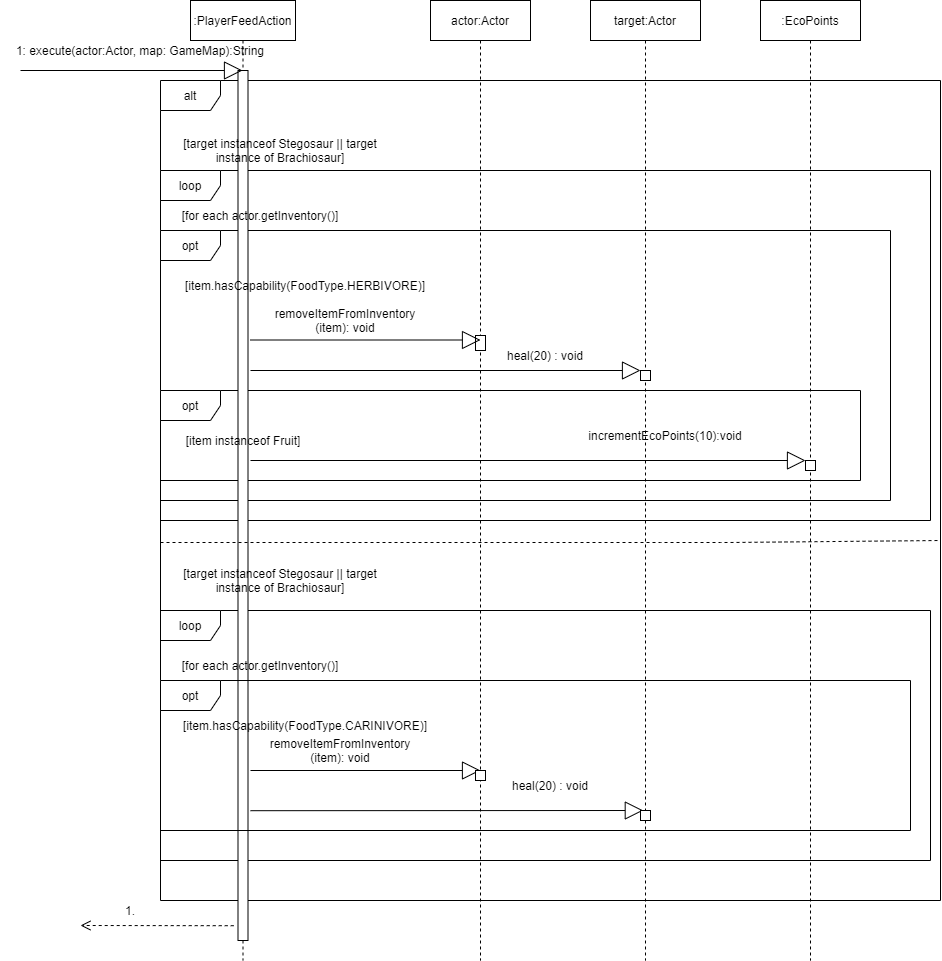
J-asy/OOP-Dinosaurs-game keeps this draw.io diagram as InteractionDiagram/PlayerFeedAction.png. Above is the earlier version. Source tidied: cells renumbered, new cells last; positions are measured from the earlier drawing's top-left corner, leaving out a move shared by most shapes.
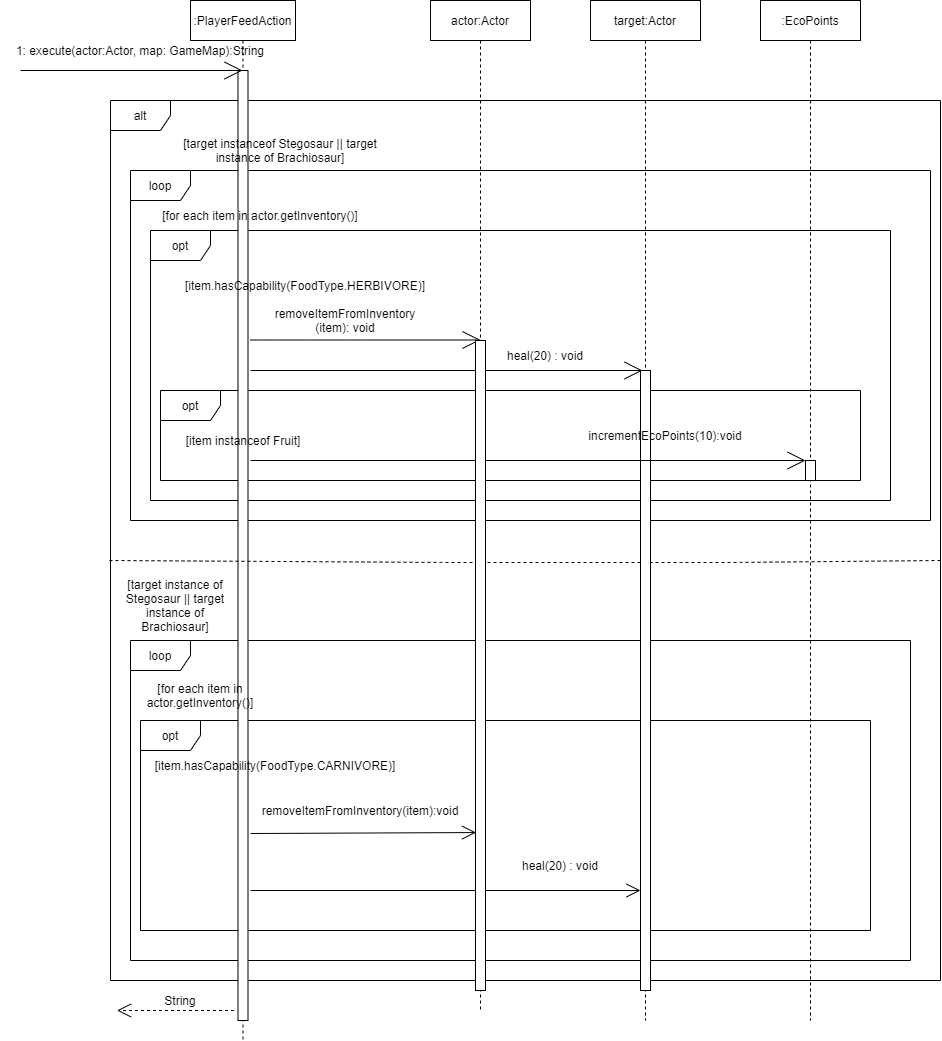
Above is the later version.

Commit message:
modified Tree and PlayerFeedAction sequence diagram

The edit, as a diff of the source:
```diff
@@ -2,34 +2,31 @@
   <root>
     <mxCell id="0" />
     <mxCell id="1" parent="0" />
+    <mxCell id="3" value="alt" style="shape=umlFrame;whiteSpace=wrap;html=1;" parent="1" vertex="1">
+      <mxGeometry x="110" y="100" width="830" height="880" as="geometry" />
+    </mxCell>
     <mxCell id="2" value="loop" style="shape=umlFrame;whiteSpace=wrap;html=1;" parent="1" vertex="1">
-      <mxGeometry x="160" y="610" width="770" height="250" as="geometry" />
+      <mxGeometry x="130" y="640" width="780" height="320" as="geometry" />
     </mxCell>
-    <mxCell id="3" value="alt" style="shape=umlFrame;whiteSpace=wrap;html=1;labelBackgroundColor=none;" parent="1" vertex="1">
-      <mxGeometry x="160" y="80" width="780" height="820" as="geometry" />
-    </mxCell>
+    <mxCell id="30" value="opt" style="shape=umlFrame;whiteSpace=wrap;html=1;" parent="1" vertex="1">
+      <mxGeometry x="140" y="720" width="730" height="210" as="geometry" />
+    </mxCell>
     <mxCell id="4" value="loop" style="shape=umlFrame;whiteSpace=wrap;html=1;" parent="1" vertex="1">
-      <mxGeometry x="160" y="170" width="770" height="350" as="geometry" />
+      <mxGeometry x="130" y="170" width="800" height="350" as="geometry" />
     </mxCell>
     <mxCell id="5" value="opt" style="shape=umlFrame;whiteSpace=wrap;html=1;" parent="1" vertex="1">
-      <mxGeometry x="160" y="230" width="730" height="270" as="geometry" />
+      <mxGeometry x="150" y="230" width="740" height="270" as="geometry" />
     </mxCell>
     <mxCell id="6" value="opt" style="shape=umlFrame;whiteSpace=wrap;html=1;" parent="1" vertex="1">
       <mxGeometry x="160" y="390" width="700" height="90" as="geometry" />
     </mxCell>
     <mxCell id="7" value=":PlayerFeedAction" style="shape=umlLifeline;perimeter=lifelinePerimeter;rounded=0;shadow=0;strokeWidth=1;" parent="1" vertex="1">
-      <mxGeometry x="190" width="105" height="960" as="geometry" />
+      <mxGeometry x="190" width="105" height="1040" as="geometry" />
     </mxCell>
     <mxCell id="8" style="points=[];perimeter=orthogonalPerimeter;rounded=0;shadow=0;strokeWidth=1;" parent="7" vertex="1">
-      <mxGeometry x="47.5" y="70" width="10" height="870" as="geometry" />
+      <mxGeometry x="47.5" y="70" width="10" height="950" as="geometry" />
     </mxCell>
-    <mxCell id="9" value="actor:Actor" style="shape=umlLifeline;perimeter=lifelinePerimeter;rounded=0;shadow=0;strokeWidth=1;" parent="1" vertex="1">
-      <mxGeometry x="430" width="100" height="960" as="geometry" />
-    </mxCell>
-    <mxCell id="10" style="perimeter=orthogonalPerimeter;rounded=0;shadow=0;strokeWidth=1;" parent="9" vertex="1">
-      <mxGeometry x="45" y="335" width="10" height="15" as="geometry" />
-    </mxCell>
-    <mxCell id="11" value="Extends" style="endArrow=block;endSize=16;endFill=0;align=center;html=1;textOpacity=0;" parent="1" edge="1" target="7">
+    <mxCell id="11" value="Extends" style="endArrow=open;endSize=16;endFill=0;align=center;html=1;textOpacity=0;" parent="1" edge="1" target="7">
       <mxGeometry relative="1" as="geometry">
         <mxPoint x="20" y="70" as="sourcePoint" />
       </mxGeometry>
@@ -42,22 +39,22 @@
     </mxCell>
     <mxCell id="14" style="endArrow=none;dashed=1;html=1;align=center;" parent="1" edge="1">
       <mxGeometry relative="1" as="geometry">
-        <mxPoint x="160" y="542" as="sourcePoint" />
-        <mxPoint x="940" y="540" as="targetPoint" />
+        <mxPoint x="109" y="560" as="sourcePoint" />
+        <mxPoint x="940" y="560" as="targetPoint" />
         <Array as="points">
-          <mxPoint x="450" y="542" />
-          <mxPoint x="670" y="542" />
-          <mxPoint x="730" y="542" />
+          <mxPoint x="450" y="562" />
+          <mxPoint x="670" y="562" />
+          <mxPoint x="730" y="562" />
         </Array>
       </mxGeometry>
     </mxCell>
-    <mxCell id="15" value="[for each actor.getInventory()]" style="text;html=1;strokeColor=none;fillColor=none;align=center;verticalAlign=middle;whiteSpace=wrap;rounded=0;" parent="1" vertex="1">
+    <mxCell id="15" value="[for each item in actor.getInventory()]" style="text;html=1;strokeColor=none;fillColor=none;align=center;verticalAlign=middle;whiteSpace=wrap;rounded=0;" parent="1" vertex="1">
       <mxGeometry x="160" y="200" width="200" height="30" as="geometry" />
     </mxCell>
     <mxCell id="16" value="[item.hasCapability(FoodType.HERBIVORE)]" style="text;html=1;strokeColor=none;fillColor=none;align=center;verticalAlign=middle;whiteSpace=wrap;rounded=0;" parent="1" vertex="1">
       <mxGeometry x="170" y="270" width="270" height="30" as="geometry" />
     </mxCell>
-    <mxCell id="17" value="Extends" style="endArrow=block;endSize=16;endFill=0;align=center;html=1;textOpacity=0;" parent="1" edge="1">
+    <mxCell id="17" value="Extends" style="endArrow=open;endSize=16;endFill=0;align=center;html=1;textOpacity=0;" parent="1" edge="1">
       <mxGeometry relative="1" as="geometry">
         <mxPoint x="250" y="339.5" as="sourcePoint" />
         <mxPoint x="480" y="339.5" as="targetPoint" />
@@ -66,17 +63,16 @@
     <mxCell id="18" value="removeItemFromInventory (item): void" style="text;html=1;strokeColor=none;fillColor=none;align=center;verticalAlign=middle;whiteSpace=wrap;rounded=0;" parent="1" vertex="1">
       <mxGeometry x="270" y="300" width="150" height="40" as="geometry" />
     </mxCell>
-    <mxCell id="19" value="Extends" style="endArrow=block;endSize=16;endFill=0;align=center;html=1;textOpacity=0;" parent="1" edge="1">
+    <mxCell id="19" value="Extends" style="endArrow=open;endSize=16;endFill=0;align=center;html=1;textOpacity=0;entryX=0.2;entryY=0;entryDx=0;entryDy=0;entryPerimeter=0;" parent="1" edge="1" target="21">
       <mxGeometry relative="1" as="geometry">
         <mxPoint x="250" y="370" as="sourcePoint" />
-        <mxPoint x="640" y="370" as="targetPoint" />
       </mxGeometry>
     </mxCell>
     <mxCell id="20" value="target:Actor" style="shape=umlLifeline;perimeter=lifelinePerimeter;rounded=0;shadow=0;strokeWidth=1;" parent="1" vertex="1">
-      <mxGeometry x="590" width="110" height="960" as="geometry" />
+      <mxGeometry x="590" width="110" height="1020" as="geometry" />
     </mxCell>
     <mxCell id="21" style="points=[];perimeter=orthogonalPerimeter;rounded=0;shadow=0;strokeWidth=1;" parent="20" vertex="1">
-      <mxGeometry x="50" y="370" width="10" height="10" as="geometry" />
+      <mxGeometry x="50" y="370" width="10" height="620" as="geometry" />
     </mxCell>
     <mxCell id="22" value="heal(20) : void" style="text;html=1;strokeColor=none;fillColor=none;align=center;verticalAlign=middle;whiteSpace=wrap;rounded=0;" parent="1" vertex="1">
       <mxGeometry x="500" y="340" width="90" height="30" as="geometry" />
@@ -84,64 +80,60 @@
     <mxCell id="23" value="[item instanceof Fruit]" style="text;html=1;strokeColor=none;fillColor=none;align=center;verticalAlign=middle;whiteSpace=wrap;rounded=0;" parent="1" vertex="1">
       <mxGeometry x="182.5" y="420" width="120" height="40" as="geometry" />
     </mxCell>
-    <mxCell id="24" value="Extends" style="endArrow=block;endSize=16;endFill=0;align=center;html=1;textOpacity=0;" parent="1" edge="1">
+    <mxCell id="24" value="Extends" style="endArrow=open;endSize=16;endFill=0;align=center;html=1;textOpacity=0;" parent="1" edge="1" target="40">
       <mxGeometry relative="1" as="geometry">
         <mxPoint x="250" y="460" as="sourcePoint" />
-        <mxPoint x="805" y="460" as="targetPoint" />
       </mxGeometry>
     </mxCell>
     <mxCell id="25" value=":EcoPoints" style="shape=umlLifeline;perimeter=lifelinePerimeter;rounded=0;shadow=0;strokeWidth=1;" parent="1" vertex="1">
-      <mxGeometry x="760" width="100" height="960" as="geometry" />
+      <mxGeometry x="760" width="100" height="1020" as="geometry" />
     </mxCell>
-    <mxCell id="26" style="perimeter=orthogonalPerimeter;rounded=0;shadow=0;strokeWidth=1;" parent="25" vertex="1">
-      <mxGeometry x="45" y="460" width="10" height="10" as="geometry" />
-    </mxCell>
+    <mxCell id="40" style="points=[];perimeter=orthogonalPerimeter;rounded=0;shadow=0;strokeWidth=1;" parent="25" vertex="1">
+      <mxGeometry x="45" y="460" width="10" height="20" as="geometry" />
+    </mxCell>
     <mxCell id="27" value="incrementEcoPoints(10):void" style="text;html=1;strokeColor=none;fillColor=none;align=center;verticalAlign=middle;whiteSpace=wrap;rounded=0;" parent="1" vertex="1">
       <mxGeometry x="580" y="420" width="170" height="30" as="geometry" />
     </mxCell>
-    <mxCell id="28" value="[target instanceof Stegosaur || target instance of Brachiosaur]" style="text;html=1;strokeColor=none;fillColor=none;align=center;verticalAlign=middle;whiteSpace=wrap;rounded=0;" parent="1" vertex="1">
-      <mxGeometry x="160" y="560" width="240" height="40" as="geometry" />
-    </mxCell>
-    <mxCell id="29" value="[for each actor.getInventory()]" style="text;html=1;strokeColor=none;fillColor=none;align=center;verticalAlign=middle;whiteSpace=wrap;rounded=0;" parent="1" vertex="1">
-      <mxGeometry x="160" y="650" width="200" height="30" as="geometry" />
-    </mxCell>
-    <mxCell id="30" value="opt" style="shape=umlFrame;whiteSpace=wrap;html=1;" parent="1" vertex="1">
-      <mxGeometry x="160" y="680" width="750" height="150" as="geometry" />
-    </mxCell>
-    <mxCell id="31" value="[item.hasCapability(FoodType.CARINIVORE)]" style="text;html=1;strokeColor=none;fillColor=none;align=center;verticalAlign=middle;whiteSpace=wrap;rounded=0;" parent="1" vertex="1">
-      <mxGeometry x="170" y="710" width="270" height="30" as="geometry" />
-    </mxCell>
-    <mxCell id="32" value="Extends" style="endArrow=block;endSize=16;endFill=0;align=center;html=1;textOpacity=0;" parent="1" edge="1">
-      <mxGeometry relative="1" as="geometry">
-        <mxPoint x="250" y="770" as="sourcePoint" />
-        <mxPoint x="480" y="770" as="targetPoint" />
-      </mxGeometry>
-    </mxCell>
-    <mxCell id="33" value="removeItemFromInventory (item): void" style="text;html=1;strokeColor=none;fillColor=none;align=center;verticalAlign=middle;whiteSpace=wrap;rounded=0;" parent="1" vertex="1">
-      <mxGeometry x="265" y="730" width="150" height="40" as="geometry" />
-    </mxCell>
-    <mxCell id="34" style="perimeter=orthogonalPerimeter;rounded=0;shadow=0;strokeWidth=1;" parent="1" vertex="1">
-      <mxGeometry x="475" y="770" width="10" height="10" as="geometry" />
-    </mxCell>
-    <mxCell id="35" value="Extends" style="endArrow=block;endSize=16;endFill=0;align=center;html=1;textOpacity=0;entryX=0.48;entryY=0.43;entryDx=0;entryDy=0;entryPerimeter=0;" parent="1" edge="1">
-      <mxGeometry relative="1" as="geometry">
-        <mxPoint x="250" y="810.2" as="sourcePoint" />
-        <mxPoint x="642.8" y="810" as="targetPoint" />
-      </mxGeometry>
-    </mxCell>
+    <mxCell id="41" value="[target instance of Stegosaur || target instance of Brachiosaur]" style="text;html=1;strokeColor=none;fillColor=none;align=center;verticalAlign=middle;whiteSpace=wrap;rounded=0;" parent="1" vertex="1">
+      <mxGeometry x="110" y="580" width="130" height="50" as="geometry" />
+    </mxCell>
+    <mxCell id="42" value="[for each item in actor.getInventory()]" style="text;html=1;strokeColor=none;fillColor=none;align=center;verticalAlign=middle;whiteSpace=wrap;rounded=0;" parent="1" vertex="1">
+      <mxGeometry x="140" y="670" width="120" height="50" as="geometry" />
+    </mxCell>
+    <mxCell id="43" style="endArrow=open;endFill=1;endSize=12;html=1;entryX=0.06;entryY=0.757;entryDx=0;entryDy=0;entryPerimeter=0;" parent="1" edge="1" target="47">
+      <mxGeometry relative="1" as="geometry">
+        <mxPoint x="250" y="833" as="sourcePoint" />
+      </mxGeometry>
+    </mxCell>
+    <mxCell id="9" value="actor:Actor" style="shape=umlLifeline;perimeter=lifelinePerimeter;rounded=0;shadow=0;strokeWidth=1;" parent="1" vertex="1">
+      <mxGeometry x="430" width="100" height="1010" as="geometry" />
+    </mxCell>
+    <mxCell id="44" value="[item.hasCapability(FoodType.CARNIVORE)]" style="text;html=1;strokeColor=none;fillColor=none;align=center;verticalAlign=middle;whiteSpace=wrap;rounded=0;" parent="1" vertex="1">
+      <mxGeometry x="150" y="750" width="250" height="30" as="geometry" />
+    </mxCell>
+    <mxCell id="45" value="removeItemFromInventory(item):void" style="text;html=1;strokeColor=none;fillColor=none;align=center;verticalAlign=middle;whiteSpace=wrap;rounded=0;" parent="1" vertex="1">
+      <mxGeometry x="250" y="790" width="220" height="40" as="geometry" />
+    </mxCell>
+    <mxCell id="46" style="endArrow=open;endFill=1;endSize=12;html=1;" parent="1" edge="1">
+      <mxGeometry relative="1" as="geometry">
+        <mxPoint x="250" y="890" as="sourcePoint" />
+        <mxPoint x="640" y="890" as="targetPoint" />
+      </mxGeometry>
+    </mxCell>
     <mxCell id="36" value="heal(20) : void" style="text;html=1;strokeColor=none;fillColor=none;align=center;verticalAlign=middle;whiteSpace=wrap;rounded=0;" parent="1" vertex="1">
-      <mxGeometry x="505" y="770" width="90" height="30" as="geometry" />
+      <mxGeometry x="520" y="850" width="80" height="30" as="geometry" />
     </mxCell>
-    <mxCell id="37" style="perimeter=orthogonalPerimeter;rounded=0;shadow=0;strokeWidth=1;" parent="1" vertex="1">
-      <mxGeometry x="640" y="810" width="10" height="10" as="geometry" />
-    </mxCell>
-    <mxCell id="38" value="return" style="html=1;verticalAlign=bottom;endArrow=open;dashed=1;endSize=8;align=center;exitX=-0.429;exitY=0.983;exitDx=0;exitDy=0;exitPerimeter=0;textOpacity=0;" parent="1" edge="1" source="8">
-      <mxGeometry relative="1" as="geometry">
-        <mxPoint x="80" y="925" as="targetPoint" />
-      </mxGeometry>
-    </mxCell>
-    <mxCell id="39" value="1." style="text;html=1;strokeColor=none;fillColor=none;align=center;verticalAlign=middle;whiteSpace=wrap;rounded=0;" parent="1" vertex="1">
-      <mxGeometry x="110" y="900" width="40" height="20" as="geometry" />
-    </mxCell>
+    <mxCell id="47" style="html=1;points=[];perimeter=orthogonalPerimeter;" parent="1" vertex="1">
+      <mxGeometry x="475" y="340" width="10" height="650" as="geometry" />
+    </mxCell>
+    <mxCell id="48" style="endArrow=open;endFill=1;endSize=12;html=1;dashed=1;" parent="1" edge="1">
+      <mxGeometry relative="1" as="geometry">
+        <mxPoint x="233.5" y="1010" as="sourcePoint" />
+        <mxPoint x="116.5" y="1010" as="targetPoint" />
+      </mxGeometry>
+    </mxCell>
+    <mxCell id="49" value="String" style="text;html=1;strokeColor=none;fillColor=none;align=center;verticalAlign=middle;whiteSpace=wrap;rounded=0;" parent="1" vertex="1">
+      <mxGeometry x="160" y="990" width="40" height="20" as="geometry" />
+    </mxCell>
   </root>
 </mxGraphModel>
```
